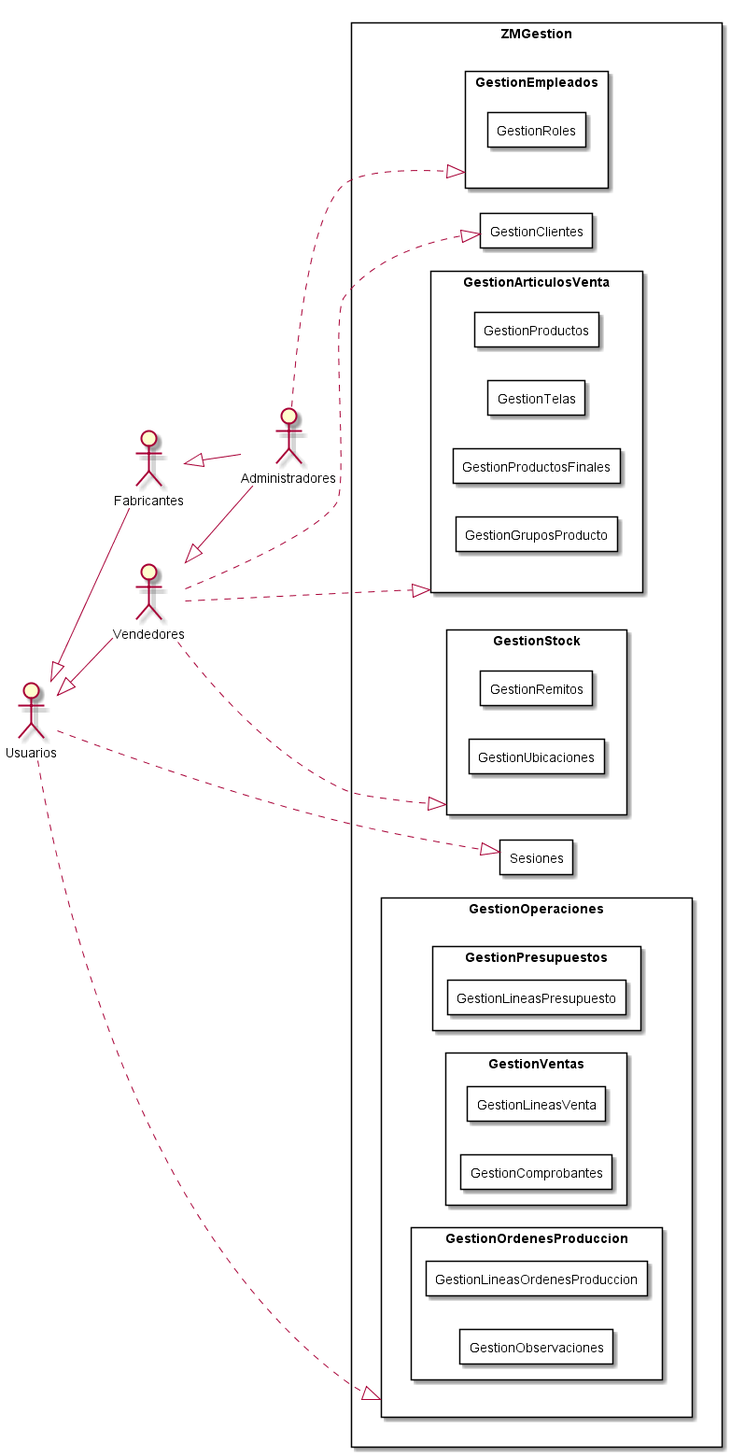
The PlantUML diagram Informe Final/Imagenes/ModeladoDeCasosDeUso/DiagramaDeCasosDeUso/DiagramaSubsistemaDetallado.png in ZMGestion/DocumentacionZMGestion, before a commit.
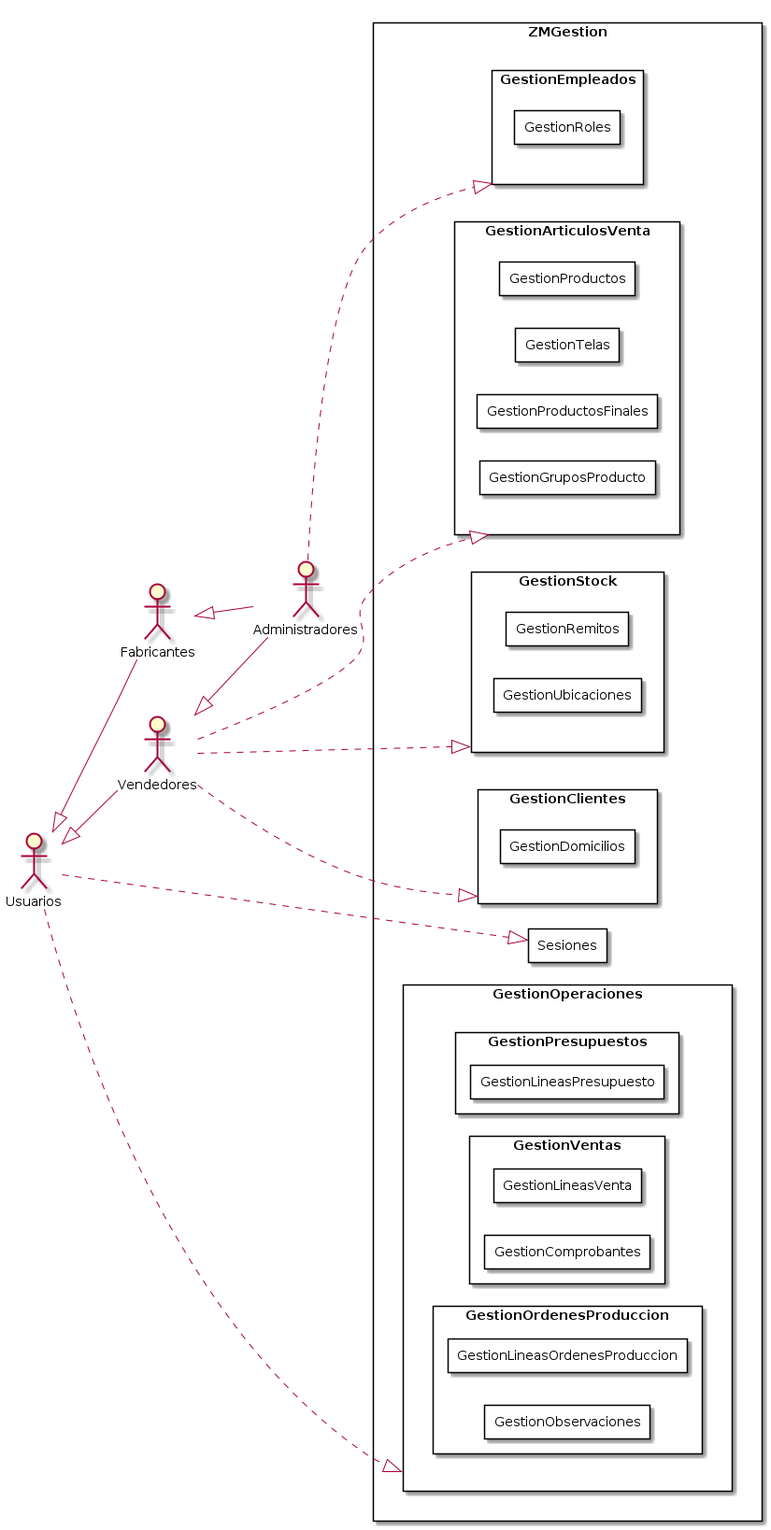
The same file after the commit.

What changed in the source:
```diff
@@ -56,6 +56,8 @@
     }
 
     rectangle GestionClientes{
+        rectangle GestionDomicilios{
+        }
     }
 
     Usuarios  ..|> Sesiones
```
